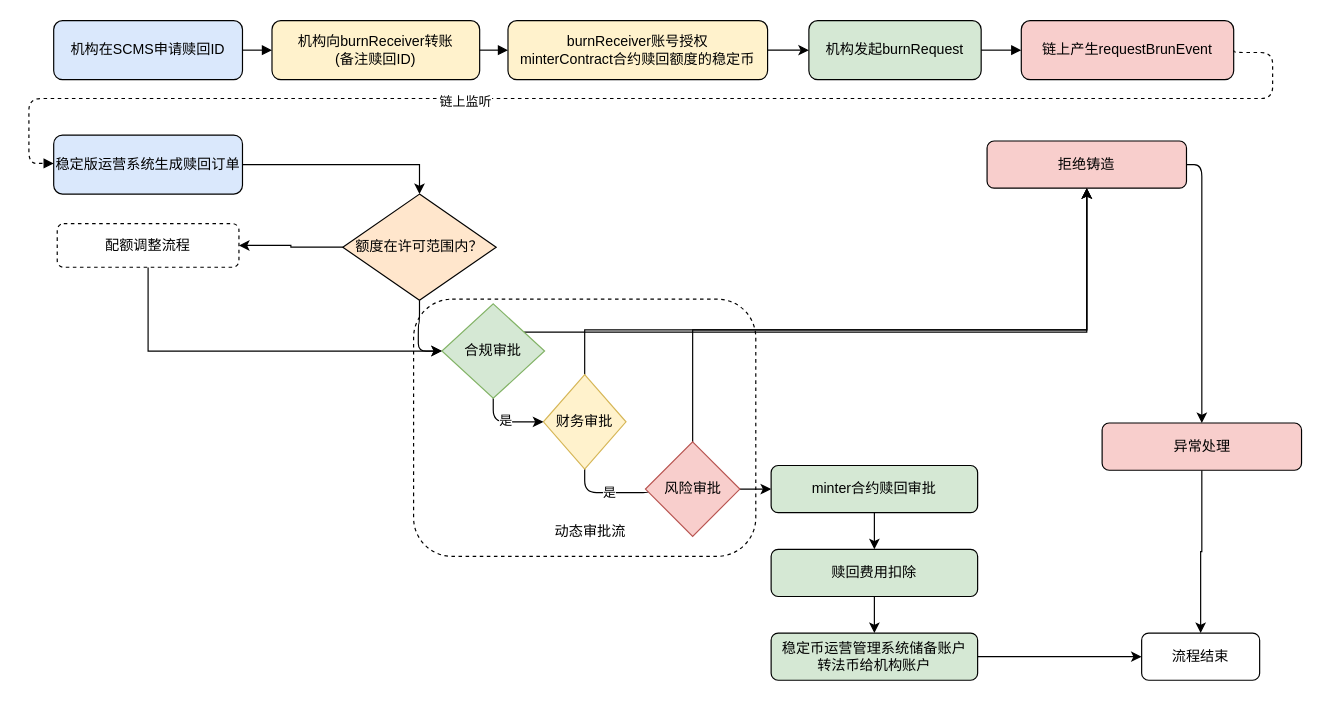
mingzhenliu/doc keeps this draw.io diagram as burn.drawio. Above is the earlier version. Source tidied: cells renumbered, new cells numbered last; positions are measured from the earlier drawing's top-left corner, leaving out a move shared by most shapes. Both pictures are drawn from the tidied source at 118%, with x=0, y=0 at pixel (28, 20).
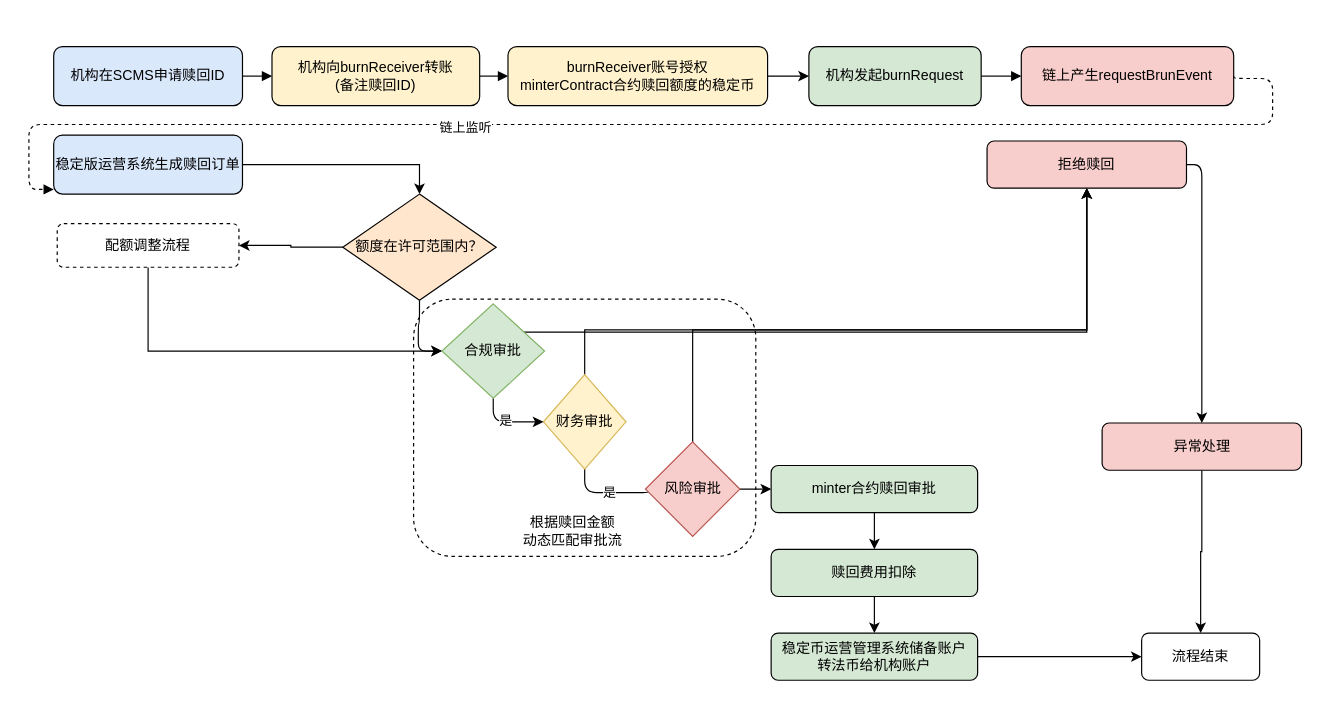
The same diagram, later.

The change refers to these unchanged cells:
```xml
<mxCell id="8" value="稳定版运营系统&lt;span style=&quot;background-color: transparent; color: light-dark(rgb(0, 0, 0), rgb(255, 255, 255));&quot;&gt;生成赎回订单&lt;/span&gt;" style="rounded=1;whiteSpace=wrap;html=1;fillColor=#dae8fc;" parent="1" vertex="1">
  <mxGeometry x="21" y="97" width="160" height="50" as="geometry" />
</mxCell>
```

Change to the diagram source:
```diff
@@
     <mxCell id="3" value="机构在SCMS申请赎回ID" style="rounded=1;whiteSpace=wrap;html=1;fillColor=#dae8fc;flipH=1;" parent="1" vertex="1">
-      <mxGeometry x="21" width="160" height="50" as="geometry" />
+      <mxGeometry x="21" y="22" width="160" height="50" as="geometry" />
     </mxCell>
     <mxCell id="4" value="机构向burnReceiver转账&lt;div&gt;(备注赎回ID)&lt;/div&gt;" style="rounded=1;whiteSpace=wrap;html=1;fillColor=#fff2cc;flipH=1;" parent="1" vertex="1">
-      <mxGeometry x="206" width="176" height="50" as="geometry" />
+      <mxGeometry x="206" y="22" width="176" height="50" as="geometry" />
     </mxCell>
     <mxCell id="5" value="机构发起burnRequest" style="rounded=1;whiteSpace=wrap;html=1;fillColor=#d5e8d4;flipH=1;" parent="1" vertex="1">
-      <mxGeometry x="661" width="146" height="50" as="geometry" />
+      <mxGeometry x="661" y="22" width="146" height="50" as="geometry" />
     </mxCell>
     <mxCell id="6" value="链上产生requestBrunEvent" style="rounded=1;whiteSpace=wrap;html=1;fillColor=#f8cecc;flipH=1;" parent="1" vertex="1">
-      <mxGeometry x="841" width="180" height="50" as="geometry" />
+      <mxGeometry x="841" y="22" width="180" height="50" as="geometry" />
     </mxCell>
@@
-    <mxCell id="13" value="拒绝铸造" style="rounded=1;whiteSpace=wrap;html=1;fillColor=#f8cecc;" parent="1" vertex="1">
+    <mxCell id="13" value="拒绝赎回" style="rounded=1;whiteSpace=wrap;html=1;fillColor=#f8cecc;" parent="1" vertex="1">
       <mxGeometry x="812" y="102" width="169" height="40" as="geometry" />
     </mxCell>
@@
     <mxCell id="20" style="edgeStyle=orthogonalEdgeStyle;endArrow=block;html=1;exitX=1;exitY=0.5;exitDx=0;exitDy=0;dashed=1;" parent="1" edge="1" source="6" target="8">
       <mxGeometry relative="1" as="geometry">
         <Array as="points">
-          <mxPoint x="1054" y="27" />
-          <mxPoint x="1054" y="66" />
-          <mxPoint y="66" />
-          <mxPoint y="121" />
-          <mxPoint x="54" y="121" />
-          <mxPoint x="30" y="122" />
+          <mxPoint x="1054" y="49" />
+          <mxPoint x="1054" y="88" />
+          <mxPoint y="88" />
+          <mxPoint y="143" />
+          <mxPoint x="54" y="143" />
+          <mxPoint x="30" y="144" />
         </Array>
       </mxGeometry>
     </mxCell>
@@
     <mxCell id="41" value="burnReceiver账号授权&lt;div&gt;minterContract合约赎回额度的稳定币&lt;/div&gt;" style="rounded=1;whiteSpace=wrap;html=1;fillColor=#fff2cc;flipH=1;" parent="1" vertex="1">
-      <mxGeometry x="406" width="220" height="50" as="geometry" />
+      <mxGeometry x="406" y="22" width="220" height="50" as="geometry" />
     </mxCell>
-    <mxCell id="42" value="动态审批流" style="text;html=1;align=center;verticalAlign=middle;whiteSpace=wrap;rounded=0;" parent="1" vertex="1">
-      <mxGeometry x="436" y="418" width="80" height="30" as="geometry" />
+    <mxCell id="42" value="根据赎回金额&lt;div&gt;动态匹配审批流&lt;/div&gt;" style="text;html=1;align=center;verticalAlign=middle;whiteSpace=wrap;rounded=0;" parent="1" vertex="1">
+      <mxGeometry x="406" y="418" width="110" height="30" as="geometry" />
     </mxCell>
```
